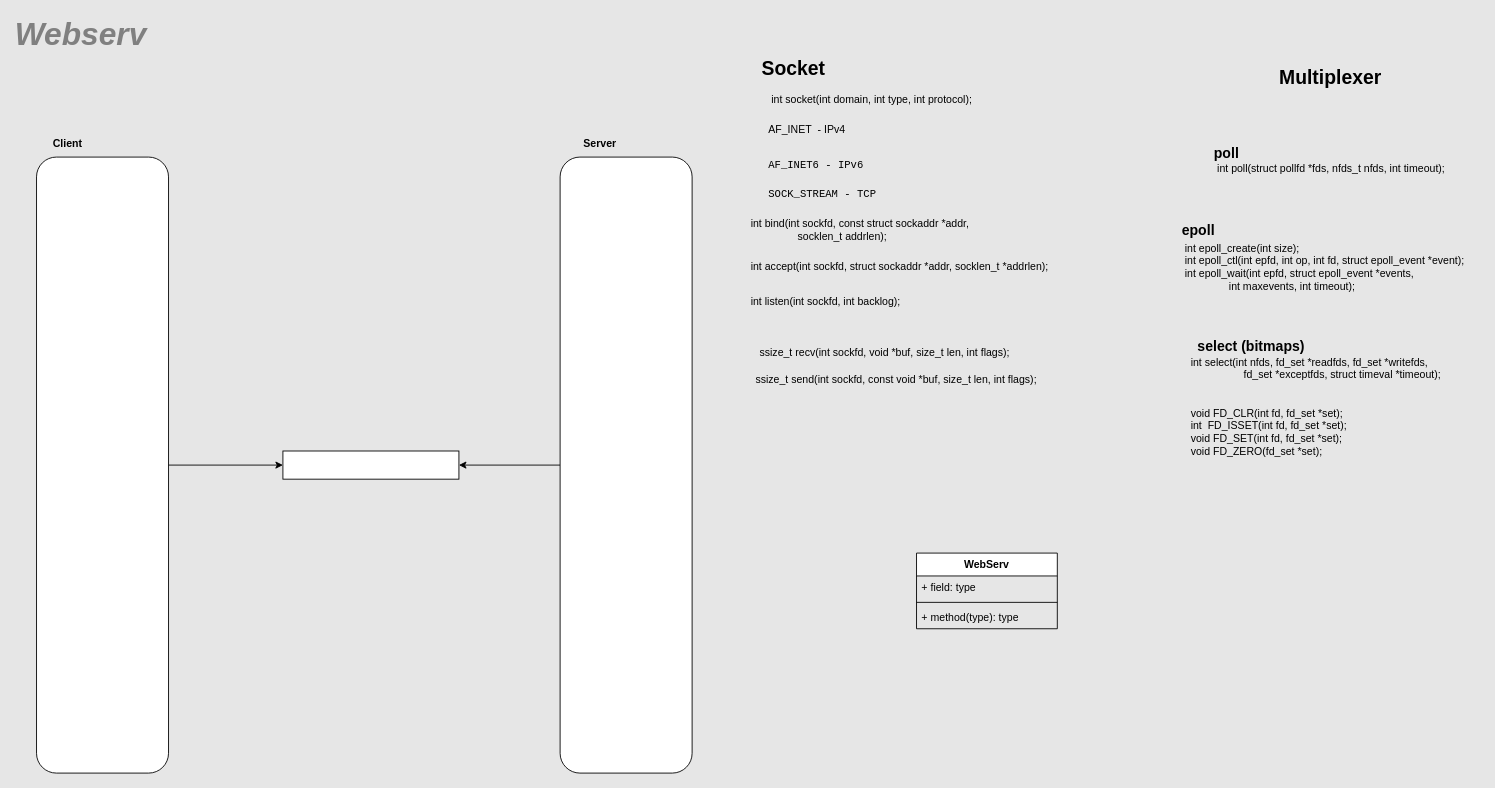
Earlier version of the draw.io diagram diagram/webserv.drawio (ykl910/42-webserv). Source tidied: cells renumbered, new cells numbered last; positions are measured from the earlier drawing's top-left corner, leaving out a move shared by most shapes. Both pictures are drawn from the tidied source at 88%, with x=0, y=0 at pixel (36, 16).
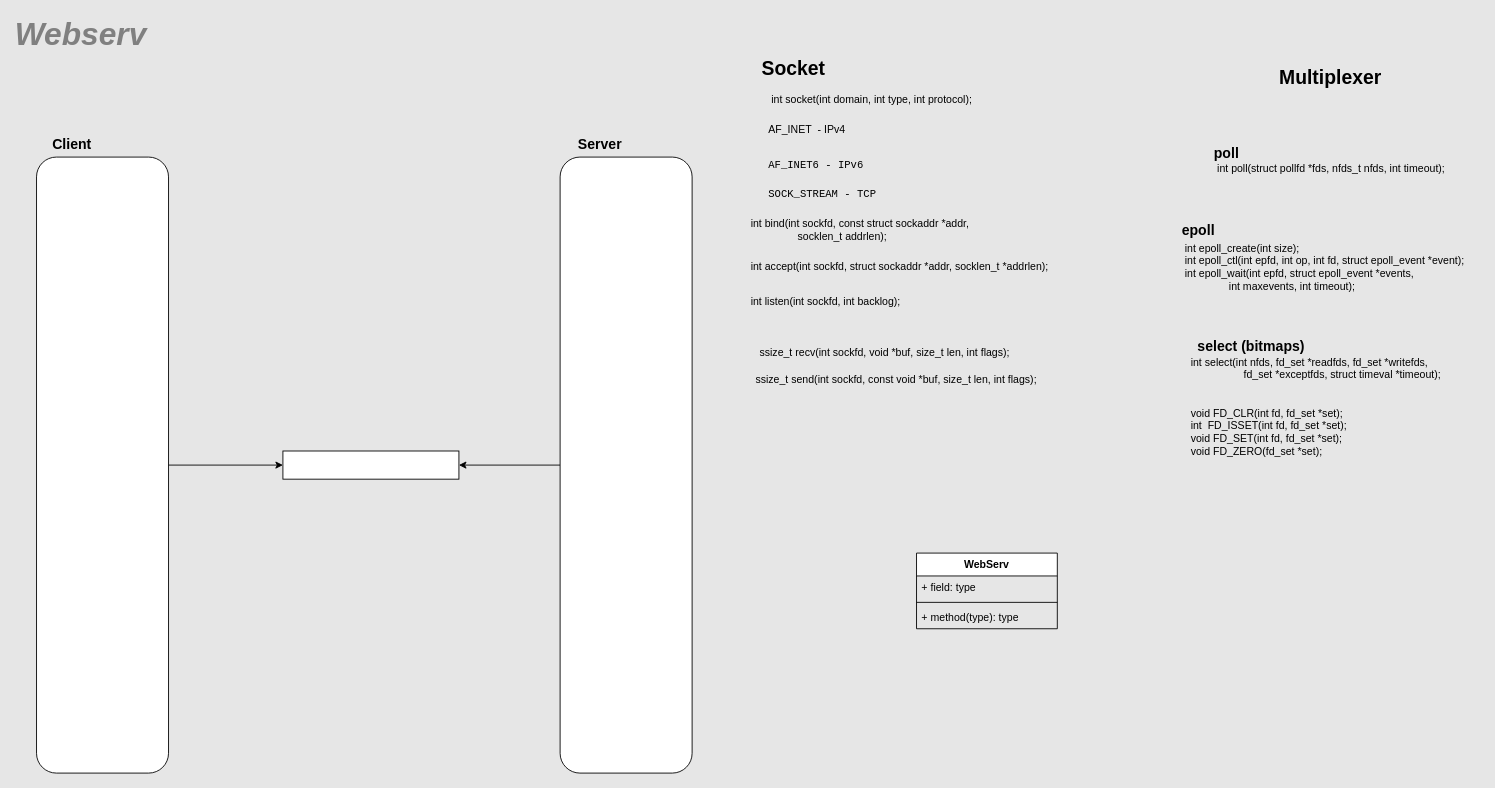
After the change.

Commit message (it also covers changes not shown here):
Update diagram, include, src files

Change to the diagram source:
```diff
@@
-    <mxCell id="8" value="Client" style="text;html=1;align=center;verticalAlign=middle;strokeColor=none;fillColor=none;fontStyle=1;" parent="1" vertex="1">
-      <mxGeometry x="10" y="130" width="50" height="30" as="geometry" />
+    <mxCell id="8" value="Client" style="text;html=1;align=center;verticalAlign=middle;strokeColor=none;fillColor=none;fontStyle=1;fontSize=16;" parent="1" vertex="1">
+      <mxGeometry x="10" y="130" width="60" height="30" as="geometry" />
     </mxCell>
-    <mxCell id="9" value="Server" style="text;html=1;align=center;verticalAlign=middle;strokeColor=none;fillColor=none;fontStyle=1;" parent="1" vertex="1">
-      <mxGeometry x="610" y="130" width="60" height="30" as="geometry" />
+    <mxCell id="9" value="Server" style="text;html=1;align=center;verticalAlign=middle;strokeColor=none;fillColor=none;fontStyle=1;fontSize=16;" parent="1" vertex="1">
+      <mxGeometry x="605" y="130" width="70" height="30" as="geometry" />
     </mxCell>
```
